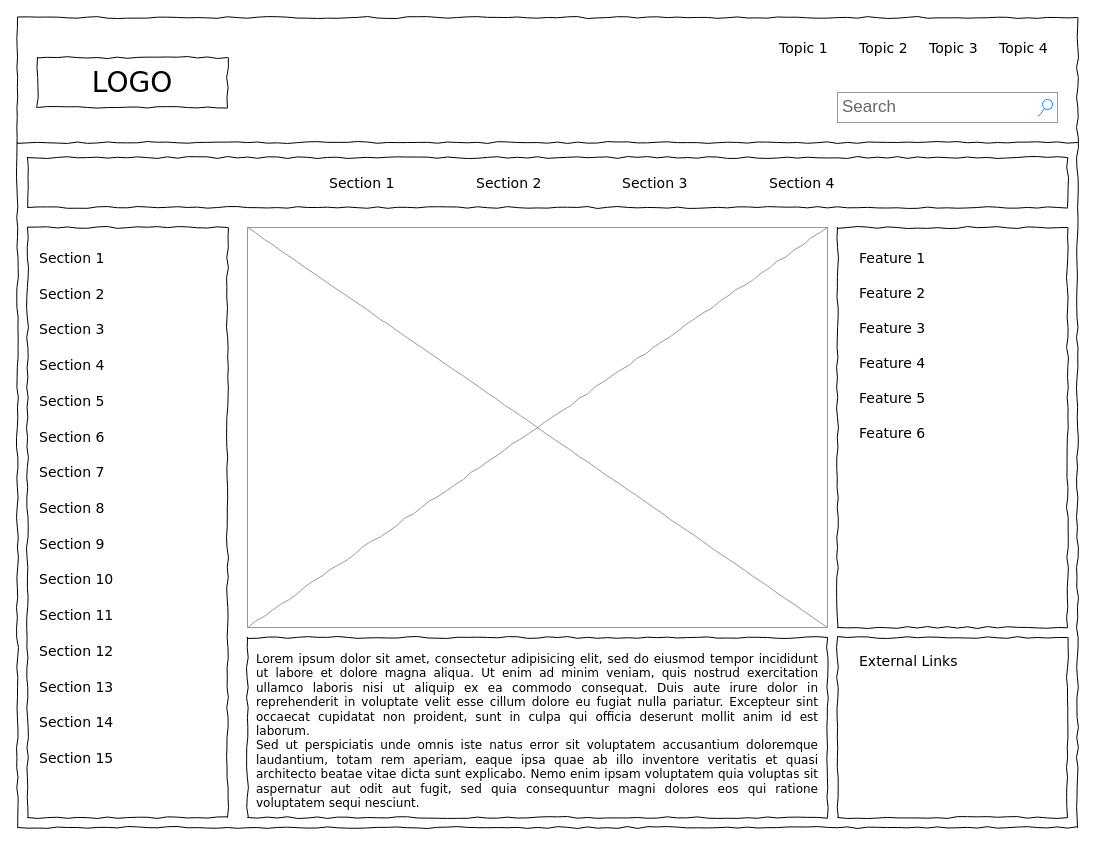
The draw.io diagram page "Page-1" (1 of 4) of src/Untitled Diagram.drawio in saerx/duchas_photographic_archive_viewer, before the edit. Source tidied: cells renumbered, new cells numbered last; positions are measured from the earlier drawing's top-left corner, leaving out a move shared by most shapes. Both pictures are drawn from the tidied source at 100%, with x=0, y=0 at pixel (17, 17).
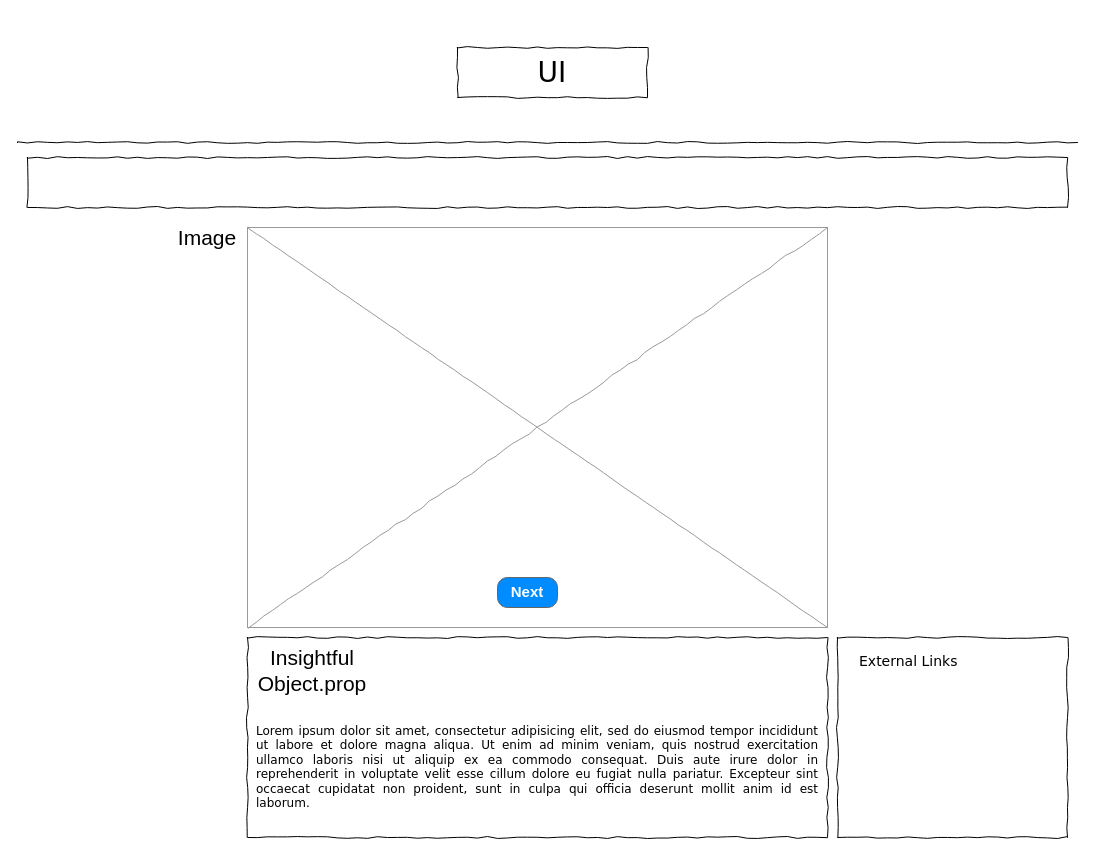
After the change.

Diff of the diagram source:
```diff
@@
-    <mxCell id="2" style="whiteSpace=wrap;html=1;rounded=0;shadow=0;labelBackgroundColor=none;strokeColor=#000000;strokeWidth=1;fillColor=none;fontFamily=Verdana;fontSize=12;fontColor=#000000;align=center;comic=1;" parent="1" vertex="1">
-      <mxGeometry width="1060" height="810" as="geometry" />
-    </mxCell>
-    <mxCell id="3" value="LOGO" style="whiteSpace=wrap;html=1;rounded=0;shadow=0;labelBackgroundColor=none;strokeWidth=1;fontFamily=Verdana;fontSize=28;align=center;comic=1;" parent="1" vertex="1">
-      <mxGeometry x="20" y="40" width="190" height="50" as="geometry" />
+    <mxCell id="3" value="UI" style="whiteSpace=wrap;html=1;rounded=0;shadow=0;labelBackgroundColor=none;strokeWidth=1;fontFamily=Verdana;fontSize=28;align=center;comic=1;" parent="1" vertex="1">
+      <mxGeometry x="440" y="30" width="190" height="50" as="geometry" />
     </mxCell>
-    <mxCell id="4" value="Search" style="strokeWidth=1;shadow=0;dashed=0;align=center;html=1;shape=mxgraph.mockup.forms.searchBox;strokeColor=#999999;mainText=;strokeColor2=#008cff;fontColor=#666666;fontSize=17;align=left;spacingLeft=3;rounded=0;labelBackgroundColor=none;comic=1;" parent="1" vertex="1">
-      <mxGeometry x="820" y="75" width="220" height="30" as="geometry" />
-    </mxCell>
-    <mxCell id="5" value="Topic 1" style="text;html=1;align=left;verticalAlign=top;spacingTop=-4;fontSize=14;fontFamily=Verdana;" parent="1" vertex="1">
-      <mxGeometry x="760" y="20" width="60" height="20" as="geometry" />
-    </mxCell>
-    <mxCell id="6" value="Topic 2" style="text;html=1;align=left;verticalAlign=top;spacingTop=-4;fontSize=14;fontFamily=Verdana;" parent="1" vertex="1">
-      <mxGeometry x="840" y="20" width="60" height="20" as="geometry" />
-    </mxCell>
-    <mxCell id="7" value="Topic 3" style="text;html=1;align=left;verticalAlign=top;spacingTop=-4;fontSize=14;fontFamily=Verdana;" parent="1" vertex="1">
-      <mxGeometry x="910" y="20" width="60" height="20" as="geometry" />
-    </mxCell>
-    <mxCell id="8" value="Topic 4" style="text;html=1;align=left;verticalAlign=top;spacingTop=-4;fontSize=14;fontFamily=Verdana;" parent="1" vertex="1">
-      <mxGeometry x="980" y="20" width="60" height="20" as="geometry" />
-    </mxCell>
-    <mxCell id="9" style="whiteSpace=wrap;html=1;rounded=0;shadow=0;labelBackgroundColor=none;strokeWidth=1;fillColor=none;fontFamily=Verdana;fontSize=12;align=center;comic=1;" parent="1" vertex="1">
-      <mxGeometry x="10" y="210" width="200" height="590" as="geometry" />
-    </mxCell>
@@
-    <mxCell id="12" value="Section 1" style="text;html=1;align=left;verticalAlign=top;spacingTop=-4;fontSize=14;fontFamily=Verdana;" parent="1" vertex="1">
-      <mxGeometry x="310" y="155" width="60" height="20" as="geometry" />
-    </mxCell>
-    <mxCell id="13" value="Section 2" style="text;html=1;align=left;verticalAlign=top;spacingTop=-4;fontSize=14;fontFamily=Verdana;" parent="1" vertex="1">
-      <mxGeometry x="457" y="155" width="60" height="20" as="geometry" />
-    </mxCell>
-    <mxCell id="14" value="Section 3" style="text;html=1;align=left;verticalAlign=top;spacingTop=-4;fontSize=14;fontFamily=Verdana;" parent="1" vertex="1">
-      <mxGeometry x="603" y="155" width="60" height="20" as="geometry" />
-    </mxCell>
-    <mxCell id="15" value="Section 4" style="text;html=1;align=left;verticalAlign=top;spacingTop=-4;fontSize=14;fontFamily=Verdana;" parent="1" vertex="1">
-      <mxGeometry x="750" y="155" width="60" height="20" as="geometry" />
-    </mxCell>
-    <mxCell id="16" value="&lt;div style=&quot;text-align: justify&quot;&gt;&lt;span&gt;Lorem ipsum dolor sit amet, consectetur adipisicing elit, sed do eiusmod tempor incididunt ut labore et dolore magna aliqua. Ut enim ad minim veniam, quis nostrud exercitation ullamco laboris nisi ut aliquip ex ea commodo consequat. Duis aute irure dolor in reprehenderit in voluptate velit esse cillum dolore eu fugiat nulla pariatur. Excepteur sint occaecat cupidatat non proident, sunt in culpa qui officia deserunt mollit anim id est laborum.&lt;/span&gt;&lt;/div&gt;&lt;div style=&quot;text-align: justify&quot;&gt;&lt;span&gt;Sed ut perspiciatis unde omnis iste natus error sit voluptatem accusantium doloremque laudantium, totam rem aperiam, eaque ipsa quae ab illo inventore veritatis et quasi architecto beatae vitae dicta sunt explicabo. Nemo enim ipsam voluptatem quia voluptas sit aspernatur aut odit aut fugit, sed quia consequuntur magni dolores eos qui ratione voluptatem sequi nesciunt.&amp;nbsp;&lt;/span&gt;&lt;/div&gt;" style="whiteSpace=wrap;html=1;rounded=0;shadow=0;labelBackgroundColor=none;strokeWidth=1;fillColor=none;fontFamily=Verdana;fontSize=12;align=center;verticalAlign=top;spacing=10;comic=1;" parent="1" vertex="1">
-      <mxGeometry x="230" y="620" width="580" height="180" as="geometry" />
+    <mxCell id="16" value="&lt;div style=&quot;text-align: justify&quot;&gt;&lt;span&gt;&lt;br&gt;&lt;/span&gt;&lt;/div&gt;&lt;div style=&quot;text-align: justify&quot;&gt;&lt;span&gt;&lt;br&gt;&lt;/span&gt;&lt;/div&gt;&lt;div style=&quot;text-align: justify&quot;&gt;&lt;span&gt;&lt;br&gt;&lt;/span&gt;&lt;/div&gt;&lt;div style=&quot;text-align: justify&quot;&gt;&lt;span&gt;&lt;br&gt;&lt;/span&gt;&lt;/div&gt;&lt;div style=&quot;text-align: justify&quot;&gt;&lt;span&gt;&lt;br&gt;&lt;/span&gt;&lt;/div&gt;&lt;div style=&quot;text-align: justify&quot;&gt;&lt;span&gt;Lorem ipsum dolor sit amet, consectetur adipisicing elit, sed do eiusmod tempor incididunt ut labore et dolore magna aliqua. Ut enim ad minim veniam, quis nostrud exercitation ullamco laboris nisi ut aliquip ex ea commodo consequat. Duis aute irure dolor in reprehenderit in voluptate velit esse cillum dolore eu fugiat nulla pariatur. Excepteur sint occaecat cupidatat non proident, sunt in culpa qui officia deserunt mollit anim id est laborum.&lt;/span&gt;&lt;/div&gt;" style="whiteSpace=wrap;html=1;rounded=0;shadow=0;labelBackgroundColor=none;strokeWidth=1;fillColor=none;fontFamily=Verdana;fontSize=12;align=center;verticalAlign=top;spacing=10;comic=1;" parent="1" vertex="1">
+      <mxGeometry x="230" y="620" width="580" height="200" as="geometry" />
     </mxCell>
@@
-    <mxCell id="18" style="whiteSpace=wrap;html=1;rounded=0;shadow=0;labelBackgroundColor=none;strokeWidth=1;fillColor=none;fontFamily=Verdana;fontSize=12;align=center;comic=1;" parent="1" vertex="1">
-      <mxGeometry x="820" y="210" width="230" height="400" as="geometry" />
-    </mxCell>
     <mxCell id="19" style="whiteSpace=wrap;html=1;rounded=0;shadow=0;labelBackgroundColor=none;strokeWidth=1;fillColor=none;fontFamily=Verdana;fontSize=12;align=center;comic=1;" parent="1" vertex="1">
-      <mxGeometry x="820" y="620" width="230" height="180" as="geometry" />
+      <mxGeometry x="820" y="620" width="230" height="200" as="geometry" />
     </mxCell>
-    <mxCell id="20" value="Section 1" style="text;html=1;align=left;verticalAlign=top;spacingTop=-4;fontSize=14;fontFamily=Verdana;" parent="1" vertex="1">
-      <mxGeometry x="20" y="230" width="170" height="20" as="geometry" />
-    </mxCell>
-    <mxCell id="21" value="Section 2" style="text;html=1;align=left;verticalAlign=top;spacingTop=-4;fontSize=14;fontFamily=Verdana;" parent="1" vertex="1">
-      <mxGeometry x="20" y="266" width="170" height="20" as="geometry" />
-    </mxCell>
-    <mxCell id="22" value="Section 3" style="text;html=1;align=left;verticalAlign=top;spacingTop=-4;fontSize=14;fontFamily=Verdana;" parent="1" vertex="1">
-      <mxGeometry x="20" y="301" width="170" height="20" as="geometry" />
-    </mxCell>
-    <mxCell id="23" value="Section 4" style="text;html=1;align=left;verticalAlign=top;spacingTop=-4;fontSize=14;fontFamily=Verdana;" parent="1" vertex="1">
-      <mxGeometry x="20" y="337" width="170" height="20" as="geometry" />
-    </mxCell>
-    <mxCell id="24" value="Section 7" style="text;html=1;align=left;verticalAlign=top;spacingTop=-4;fontSize=14;fontFamily=Verdana;" parent="1" vertex="1">
-      <mxGeometry x="20" y="444" width="170" height="20" as="geometry" />
-    </mxCell>
-    <mxCell id="25" value="Section 8" style="text;html=1;align=left;verticalAlign=top;spacingTop=-4;fontSize=14;fontFamily=Verdana;" parent="1" vertex="1">
-      <mxGeometry x="20" y="480" width="170" height="20" as="geometry" />
-    </mxCell>
-    <mxCell id="26" value="Section 9" style="text;html=1;align=left;verticalAlign=top;spacingTop=-4;fontSize=14;fontFamily=Verdana;" parent="1" vertex="1">
-      <mxGeometry x="20" y="516" width="170" height="20" as="geometry" />
-    </mxCell>
-    <mxCell id="27" value="Section 10" style="text;html=1;align=left;verticalAlign=top;spacingTop=-4;fontSize=14;fontFamily=Verdana;" parent="1" vertex="1">
-      <mxGeometry x="20" y="551" width="170" height="20" as="geometry" />
-    </mxCell>
-    <mxCell id="28" value="Section 11" style="text;html=1;align=left;verticalAlign=top;spacingTop=-4;fontSize=14;fontFamily=Verdana;" parent="1" vertex="1">
-      <mxGeometry x="20" y="587" width="170" height="20" as="geometry" />
-    </mxCell>
-    <mxCell id="29" value="Section 12" style="text;html=1;align=left;verticalAlign=top;spacingTop=-4;fontSize=14;fontFamily=Verdana;" parent="1" vertex="1">
-      <mxGeometry x="20" y="623" width="170" height="20" as="geometry" />
-    </mxCell>
-    <mxCell id="30" value="Section 13" style="text;html=1;align=left;verticalAlign=top;spacingTop=-4;fontSize=14;fontFamily=Verdana;" parent="1" vertex="1">
-      <mxGeometry x="20" y="659" width="170" height="20" as="geometry" />
-    </mxCell>
-    <mxCell id="31" value="Section 14" style="text;html=1;align=left;verticalAlign=top;spacingTop=-4;fontSize=14;fontFamily=Verdana;" parent="1" vertex="1">
-      <mxGeometry x="20" y="694" width="170" height="20" as="geometry" />
-    </mxCell>
-    <mxCell id="32" value="Section 5" style="text;html=1;align=left;verticalAlign=top;spacingTop=-4;fontSize=14;fontFamily=Verdana;" parent="1" vertex="1">
-      <mxGeometry x="20" y="373" width="170" height="20" as="geometry" />
-    </mxCell>
-    <mxCell id="33" value="Section 6" style="text;html=1;align=left;verticalAlign=top;spacingTop=-4;fontSize=14;fontFamily=Verdana;" parent="1" vertex="1">
-      <mxGeometry x="20" y="409" width="170" height="20" as="geometry" />
-    </mxCell>
-    <mxCell id="34" value="Section 15" style="text;html=1;align=left;verticalAlign=top;spacingTop=-4;fontSize=14;fontFamily=Verdana;" parent="1" vertex="1">
-      <mxGeometry x="20" y="730" width="170" height="20" as="geometry" />
-    </mxCell>
@@
-    <mxCell id="36" value="Feature 1" style="text;html=1;align=left;verticalAlign=top;spacingTop=-4;fontSize=14;fontFamily=Verdana;" parent="1" vertex="1">
-      <mxGeometry x="840" y="230" width="170" height="20" as="geometry" />
-    </mxCell>
-    <mxCell id="37" value="Feature 2" style="text;html=1;align=left;verticalAlign=top;spacingTop=-4;fontSize=14;fontFamily=Verdana;" parent="1" vertex="1">
-      <mxGeometry x="840" y="265" width="170" height="20" as="geometry" />
-    </mxCell>
-    <mxCell id="38" value="Feature 3" style="text;html=1;align=left;verticalAlign=top;spacingTop=-4;fontSize=14;fontFamily=Verdana;" parent="1" vertex="1">
-      <mxGeometry x="840" y="300" width="170" height="20" as="geometry" />
-    </mxCell>
-    <mxCell id="39" value="Feature 4" style="text;html=1;align=left;verticalAlign=top;spacingTop=-4;fontSize=14;fontFamily=Verdana;" parent="1" vertex="1">
-      <mxGeometry x="840" y="335" width="170" height="20" as="geometry" />
-    </mxCell>
-    <mxCell id="40" value="Feature 5" style="text;html=1;align=left;verticalAlign=top;spacingTop=-4;fontSize=14;fontFamily=Verdana;" parent="1" vertex="1">
-      <mxGeometry x="840" y="370" width="170" height="20" as="geometry" />
-    </mxCell>
-    <mxCell id="41" value="Feature 6" style="text;html=1;align=left;verticalAlign=top;spacingTop=-4;fontSize=14;fontFamily=Verdana;" parent="1" vertex="1">
-      <mxGeometry x="840" y="405" width="170" height="20" as="geometry" />
-    </mxCell>
+    <mxCell id="42" value="Image" style="text;html=1;strokeColor=none;fillColor=none;align=center;verticalAlign=middle;whiteSpace=wrap;rounded=0;fontSize=21;" parent="1" vertex="1">
+      <mxGeometry x="170" y="210" width="40" height="20" as="geometry" />
+    </mxCell>
+    <mxCell id="43" value="&lt;font style=&quot;font-size: 15px&quot;&gt;Next&lt;/font&gt;" style="strokeWidth=1;shadow=0;dashed=0;align=center;html=1;shape=mxgraph.mockup.buttons.button;strokeColor=#666666;fontColor=#ffffff;mainText=;buttonStyle=round;fontSize=17;fontStyle=1;fillColor=#008cff;whiteSpace=wrap;" parent="1" vertex="1">
+      <mxGeometry x="480" y="560" width="60" height="30" as="geometry" />
+    </mxCell>
+    <mxCell id="44" value="Insightful Object.prop" style="text;html=1;strokeColor=none;fillColor=none;align=center;verticalAlign=middle;whiteSpace=wrap;rounded=0;fontSize=21;" parent="1" vertex="1">
+      <mxGeometry x="220" y="633" width="150" height="40" as="geometry" />
+    </mxCell>
```
